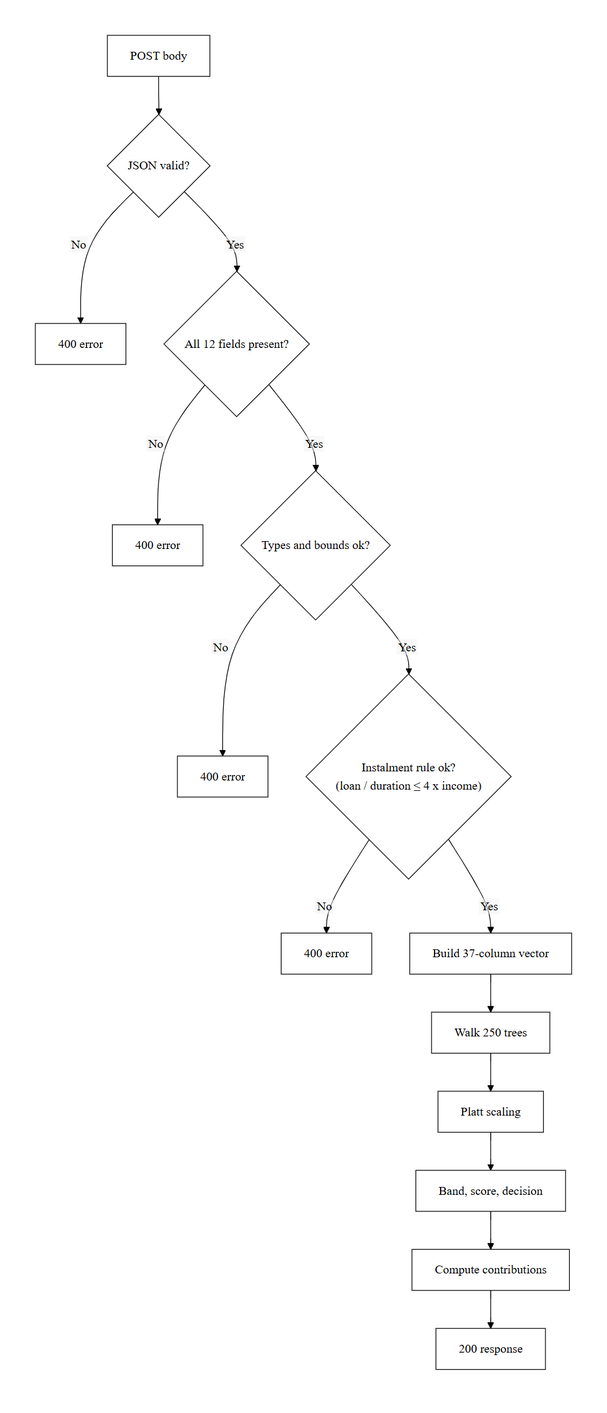
Before: report/assets/figures/fig-3-8-predict-flow.png, a diagram exported from Mermaid (gursimrannkaurr/credoscore). Its source is kept beside it as report/diagrams/fig-3-8-predict-flow.mmd. Its diagram source:
```mermaid
flowchart TD
    A["POST body"] --> B{"JSON valid?"}
    B -- "No" --> E400A["400 error"]
    B -- "Yes" --> C{"All 12 fields present?"}
    C -- "No" --> E400B["400 error"]
    C -- "Yes" --> D{"Types and bounds ok?"}
    D -- "No" --> E400C["400 error"]
    D -- "Yes" --> F{"Instalment rule ok?<br/>(loan / duration &le; 4 x income)"}
    F -- "No" --> E400D["400 error"]
    F -- "Yes" --> G["Build 37-column vector"]
    G --> H["Walk 250 trees"]
    H --> I["Platt scaling"]
    I --> J["Band, score, decision"]
    J --> K["Compute contributions"]
    K --> L["200 response"]
```
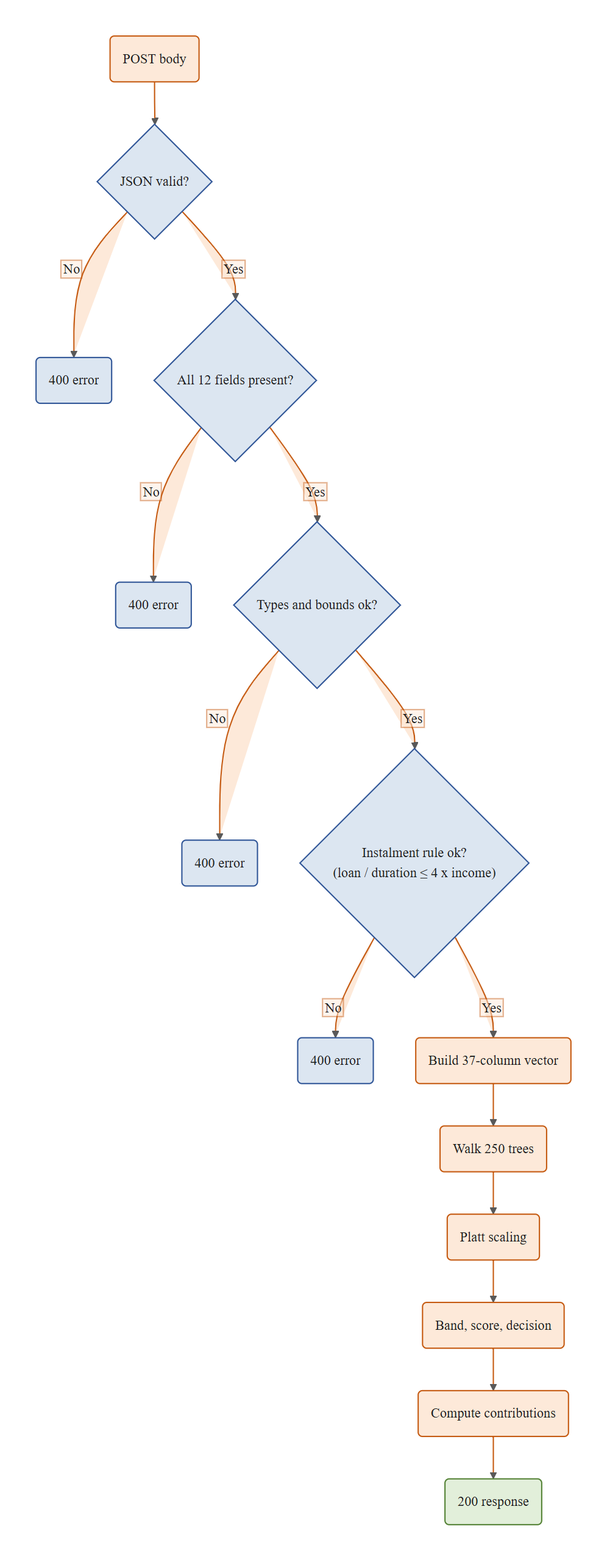
After the commit.

What changed in the source:
```diff
@@ -1,15 +1,23 @@
 flowchart TD
-    A["POST body"] --> B{"JSON valid?"}
-    B -- "No" --> E400A["400 error"]
+    A("POST body") --> B{"JSON valid?"}
+    B -- "No" --> E400A("400 error")
     B -- "Yes" --> C{"All 12 fields present?"}
-    C -- "No" --> E400B["400 error"]
+    C -- "No" --> E400B("400 error")
     C -- "Yes" --> D{"Types and bounds ok?"}
-    D -- "No" --> E400C["400 error"]
+    D -- "No" --> E400C("400 error")
     D -- "Yes" --> F{"Instalment rule ok?<br/>(loan / duration &le; 4 x income)"}
-    F -- "No" --> E400D["400 error"]
-    F -- "Yes" --> G["Build 37-column vector"]
-    G --> H["Walk 250 trees"]
-    H --> I["Platt scaling"]
-    I --> J["Band, score, decision"]
-    J --> K["Compute contributions"]
-    K --> L["200 response"]
+    F -- "No" --> E400D("400 error")
+    F -- "Yes" --> G("Build 37-column vector")
+    G --> H("Walk 250 trees")
+    H --> I("Platt scaling")
+    I --> J("Band, score, decision")
+    J --> K("Compute contributions")
+    K --> L("200 response")
+
+    classDef root fill:#FDE9D9,stroke:#C55A11,stroke-width:1.5px;
+    classDef mid fill:#DCE6F1,stroke:#2F5597,stroke-width:1.5px;
+    classDef leaf fill:#E2EFDA,stroke:#548235,stroke-width:1.5px;
+
+    class A,G,H,I,J,K root
+    class B,C,D,F,E400A,E400B,E400C,E400D mid
+    class L leaf
```
